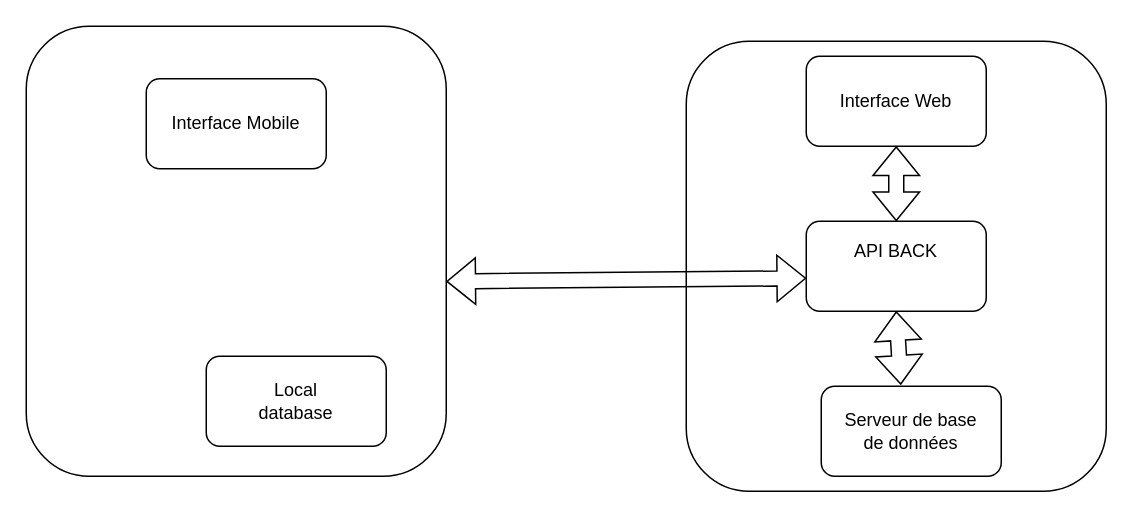
Before: Architecture PNAFF.drawio in Abousidikou/BooksApi, a draw.io diagram. Source tidied: cells renumbered, new cells numbered last; positions are measured from the earlier drawing's top-left corner, leaving out a move shared by most shapes. Both pictures are drawn from the tidied source at 150%, with x=0, y=0 at pixel (26, 26).
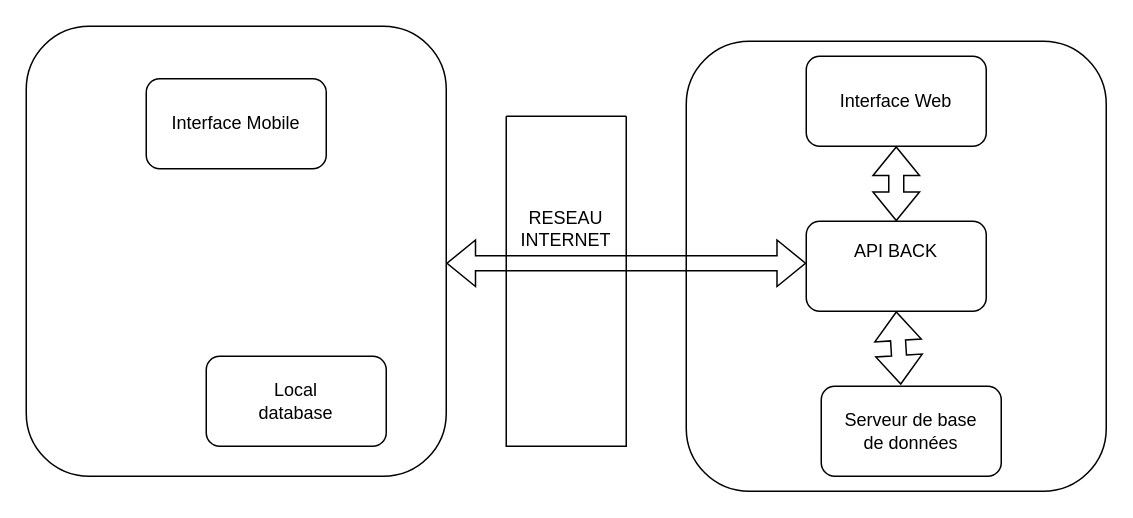
The same diagram, later.

Diff of the diagram source:
```diff
@@
 <mxGraphModel>
   <root>
     <mxCell id="0" />
     <mxCell id="1" parent="0" />
     <mxCell id="2" style="rounded=1;whiteSpace=wrap;html=1;" parent="1" vertex="1">
       <mxGeometry width="280" height="300" as="geometry" />
     </mxCell>
     <mxCell id="3" style="rounded=1;whiteSpace=wrap;html=1;" parent="1" vertex="1">
       <mxGeometry x="440" y="10" width="280" height="300" as="geometry" />
     </mxCell>
     <mxCell id="4" style="rounded=1;whiteSpace=wrap;html=1;" parent="1" vertex="1">
       <mxGeometry x="520" y="130" width="120" height="60" as="geometry" />
     </mxCell>
     <mxCell id="5" value="API BACK" style="text;html=1;strokeColor=none;fillColor=none;align=center;verticalAlign=middle;whiteSpace=wrap;rounded=0;" parent="1" vertex="1">
       <mxGeometry x="550" y="135" width="60" height="30" as="geometry" />
     </mxCell>
     <mxCell id="6" style="rounded=1;whiteSpace=wrap;html=1;" parent="1" vertex="1">
       <mxGeometry x="120" y="220" width="120" height="60" as="geometry" />
     </mxCell>
     <mxCell id="7" value="Local database" style="text;html=1;strokeColor=none;fillColor=none;align=center;verticalAlign=middle;whiteSpace=wrap;rounded=0;" parent="1" vertex="1">
       <mxGeometry x="150" y="235" width="60" height="30" as="geometry" />
     </mxCell>
     <mxCell id="8" style="rounded=1;whiteSpace=wrap;html=1;" parent="1" vertex="1">
       <mxGeometry x="530" y="240" width="120" height="60" as="geometry" />
     </mxCell>
     <mxCell id="9" value="Serveur de base de données" style="text;html=1;strokeColor=none;fillColor=none;align=center;verticalAlign=middle;whiteSpace=wrap;rounded=0;" parent="1" vertex="1">
       <mxGeometry x="540" y="255" width="100" height="30" as="geometry" />
     </mxCell>
     <mxCell id="10" style="rounded=1;whiteSpace=wrap;html=1;" parent="1" vertex="1">
       <mxGeometry x="520" y="20" width="120" height="60" as="geometry" />
     </mxCell>
     <mxCell id="11" value="Interface Web " style="text;html=1;strokeColor=none;fillColor=none;align=center;verticalAlign=middle;whiteSpace=wrap;rounded=0;" parent="1" vertex="1">
       <mxGeometry x="530" y="35" width="100" height="30" as="geometry" />
     </mxCell>
     <mxCell id="12" style="rounded=1;whiteSpace=wrap;html=1;" parent="1" vertex="1">
       <mxGeometry x="80" y="35" width="120" height="60" as="geometry" />
     </mxCell>
     <mxCell id="13" value="Interface Mobile" style="text;html=1;strokeColor=none;fillColor=none;align=center;verticalAlign=middle;whiteSpace=wrap;rounded=0;" parent="1" vertex="1">
       <mxGeometry x="90" y="50" width="100" height="30" as="geometry" />
     </mxCell>
-    <mxCell id="14" style="shape=flexArrow;endArrow=classic;startArrow=classic;html=1;rounded=0;exitX=1;exitY=0.567;exitDx=0;exitDy=0;exitPerimeter=0;" parent="1" edge="1" source="2">
+    <mxCell id="14" style="shape=flexArrow;endArrow=classic;startArrow=classic;html=1;rounded=0;" parent="1" edge="1">
       <mxGeometry relative="1" as="geometry">
-        <mxPoint x="520" y="168" as="targetPoint" />
+        <mxPoint x="280" y="158" as="sourcePoint" />
+        <mxPoint x="520" y="158" as="targetPoint" />
       </mxGeometry>
     </mxCell>
     <mxCell id="15" style="shape=flexArrow;endArrow=classic;startArrow=classic;html=1;rounded=0;entryX=0.5;entryY=1;entryDx=0;entryDy=0;exitX=0.5;exitY=0;exitDx=0;exitDy=0;" parent="1" edge="1" source="4" target="10">
       <mxGeometry relative="1" as="geometry" />
     </mxCell>
     <mxCell id="16" style="shape=flexArrow;endArrow=classic;startArrow=classic;html=1;rounded=0;entryX=0.5;entryY=1;entryDx=0;entryDy=0;exitX=0.442;exitY=-0.017;exitDx=0;exitDy=0;exitPerimeter=0;" parent="1" edge="1" source="8" target="4">
       <mxGeometry relative="1" as="geometry" />
     </mxCell>
+    <mxCell id="17" style="swimlane;startSize=0;" parent="1" vertex="1">
+      <mxGeometry x="320" y="60" width="80" height="220" as="geometry" />
+    </mxCell>
+    <mxCell id="18" value="&lt;div&gt;RESEAU&lt;/div&gt;&lt;div&gt;INTERNET&lt;br&gt;&lt;/div&gt;" style="text;html=1;strokeColor=none;fillColor=none;align=center;verticalAlign=middle;whiteSpace=wrap;rounded=0;" parent="17" vertex="1">
+      <mxGeometry x="10" y="25" width="60" height="100" as="geometry" />
+    </mxCell>
   </root>
 </mxGraphModel>
```
